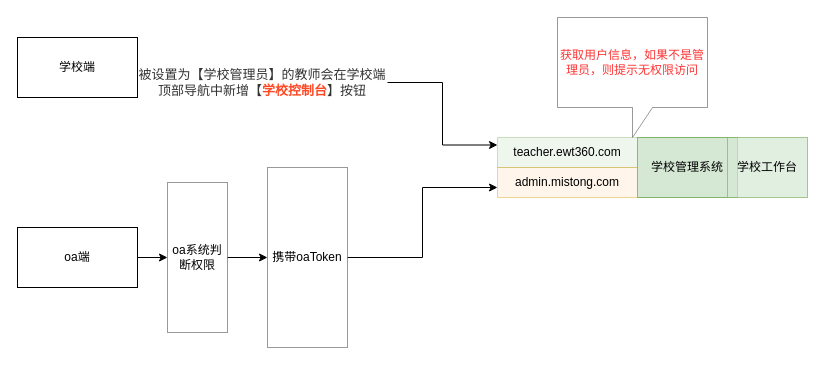
jinlianglou/my_workdir_exe keeps this draw.io diagram as Untitled Diagram.drawio. Above is the earlier version. Source tidied: cells renumbered, new cells numbered last; positions are measured from the earlier drawing's top-left corner, leaving out a move shared by most shapes. Both pictures are drawn from the tidied source at 100%, with x=0, y=0 at pixel (17, 17).
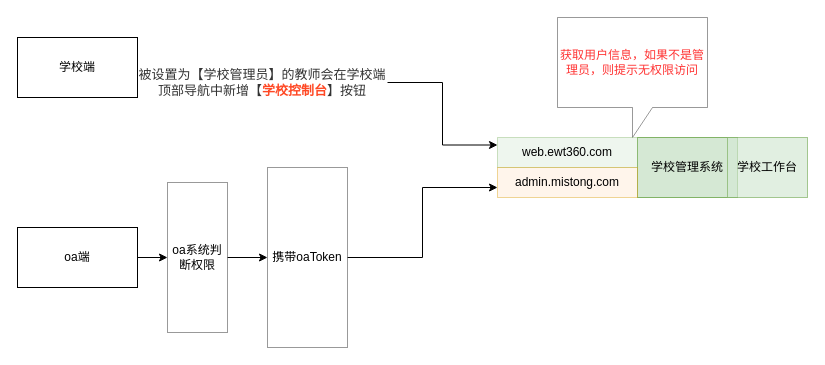
After the change.

The edit, as a diff of the source:
```diff
@@
 <mxGraphModel>
   <root>
     <mxCell id="0" />
     <mxCell id="1" parent="0" />
     <mxCell id="2" value="学校端" style="rounded=0;whiteSpace=wrap;html=1;" parent="1" vertex="1">
       <mxGeometry y="20" width="120" height="60" as="geometry" />
     </mxCell>
     <mxCell id="3" style="edgeStyle=orthogonalEdgeStyle;rounded=0;jettySize=auto;html=1;" parent="1" edge="1" source="4" target="10">
       <mxGeometry relative="1" as="geometry" />
     </mxCell>
     <mxCell id="4" value="oa端" style="rounded=0;whiteSpace=wrap;html=1;" parent="1" vertex="1">
       <mxGeometry y="210" width="120" height="60" as="geometry" />
     </mxCell>
     <mxCell id="5" style="edgeStyle=orthogonalEdgeStyle;rounded=0;jettySize=auto;html=1;entryX=0;entryY=0.25;entryDx=0;entryDy=0;" parent="1" edge="1" source="6" target="13">
       <mxGeometry relative="1" as="geometry" />
     </mxCell>
     <mxCell id="6" value="&lt;span style=&quot;font-size: 13px ; text-align: left&quot;&gt;&lt;font color=&quot;#333333&quot;&gt;被设置为【学校管理员】的教师会在学校端顶部导航中新增【&lt;/font&gt;&lt;b&gt;&lt;font color=&quot;#ff4824&quot;&gt;学校控制台&lt;/font&gt;&lt;/b&gt;&lt;font color=&quot;#333333&quot;&gt;】按钮&lt;/font&gt;&lt;/span&gt;" style="text;html=1;strokeColor=none;fillColor=none;align=center;verticalAlign=middle;whiteSpace=wrap;rounded=0;" parent="1" vertex="1">
       <mxGeometry x="120" y="60" width="250" height="10" as="geometry" />
     </mxCell>
     <mxCell id="7" value="学校管理系统" style="rounded=0;whiteSpace=wrap;html=1;fillColor=#d5e8d4;strokeColor=#82b366;" parent="1" vertex="1">
       <mxGeometry x="620" y="120" width="100" height="60" as="geometry" />
     </mxCell>
     <mxCell id="8" value="&lt;font color=&quot;#ff3333&quot;&gt;获取用户信息，如果不是管理员，则提示无权限访问&lt;/font&gt;" style="shape=callout;whiteSpace=wrap;html=1;perimeter=calloutPerimeter;opacity=40;" parent="1" vertex="1">
       <mxGeometry x="540" width="150" height="120" as="geometry" />
     </mxCell>
     <mxCell id="9" style="edgeStyle=orthogonalEdgeStyle;rounded=0;jettySize=auto;html=1;" parent="1" edge="1" source="10" target="12">
       <mxGeometry relative="1" as="geometry" />
     </mxCell>
     <mxCell id="10" value="oa系统判断权限" style="rounded=0;whiteSpace=wrap;html=1;opacity=40;" parent="1" vertex="1">
       <mxGeometry x="150" y="165" width="60" height="150" as="geometry" />
     </mxCell>
     <mxCell id="11" style="edgeStyle=orthogonalEdgeStyle;rounded=0;jettySize=auto;html=1;entryX=0;entryY=0.667;entryDx=0;entryDy=0;entryPerimeter=0;" parent="1" edge="1" source="12" target="14">
       <mxGeometry relative="1" as="geometry" />
     </mxCell>
     <mxCell id="12" value="携带oaToken" style="rounded=0;whiteSpace=wrap;html=1;opacity=40;" parent="1" vertex="1">
       <mxGeometry x="250" y="150" width="80" height="180" as="geometry" />
     </mxCell>
-    <mxCell id="13" value="teacher.ewt360.com" style="rounded=0;whiteSpace=wrap;html=1;opacity=40;fillColor=#d5e8d4;strokeColor=#82b366;" parent="1" vertex="1">
+    <mxCell id="13" value="web.ewt360.com" style="rounded=0;whiteSpace=wrap;html=1;opacity=40;fillColor=#d5e8d4;strokeColor=#82b366;" parent="1" vertex="1">
       <mxGeometry x="480" y="120" width="140" height="30" as="geometry" />
     </mxCell>
     <mxCell id="14" value="admin.mistong.com" style="rounded=0;whiteSpace=wrap;html=1;opacity=40;fillColor=#ffe6cc;strokeColor=#d79b00;" parent="1" vertex="1">
       <mxGeometry x="480" y="150" width="140" height="30" as="geometry" />
     </mxCell>
     <mxCell id="15" value="学校工作台" style="rounded=0;whiteSpace=wrap;html=1;fillColor=#d5e8d4;strokeColor=#82b366;opacity=70;" parent="1" vertex="1">
       <mxGeometry x="710" y="120" width="80" height="60" as="geometry" />
     </mxCell>
   </root>
 </mxGraphModel>
```
